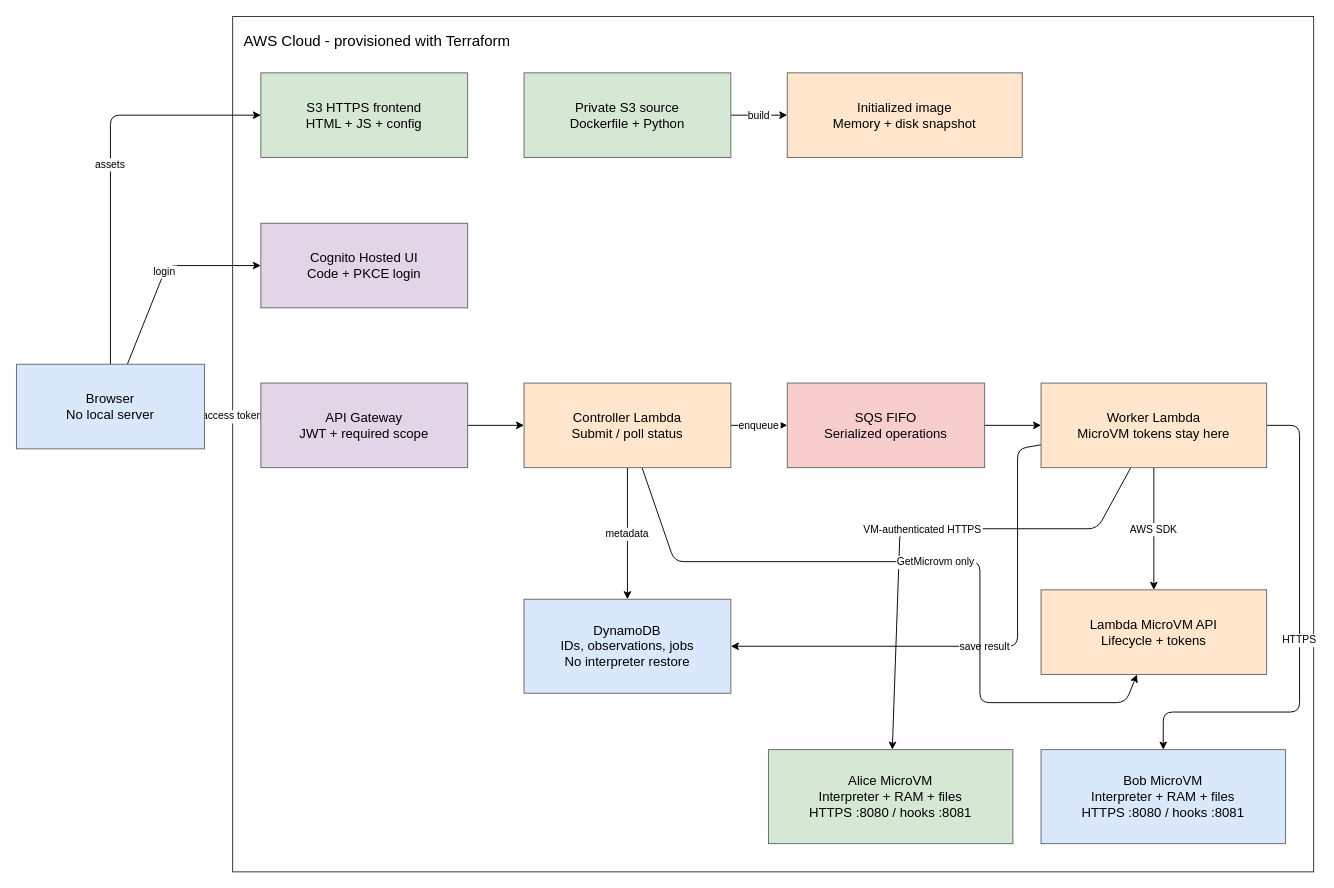
mamonaco1973/aws-lambda-microvms keeps this draw.io diagram as aws-lambda-microvms.drawio. Above is the earlier version. Source tidied: cells renumbered, new cells numbered last; positions are measured from the earlier drawing's top-left corner, leaving out a move shared by most shapes. Both pictures are drawn from the tidied source at 94%, with x=0, y=0 at pixel (16, 16).
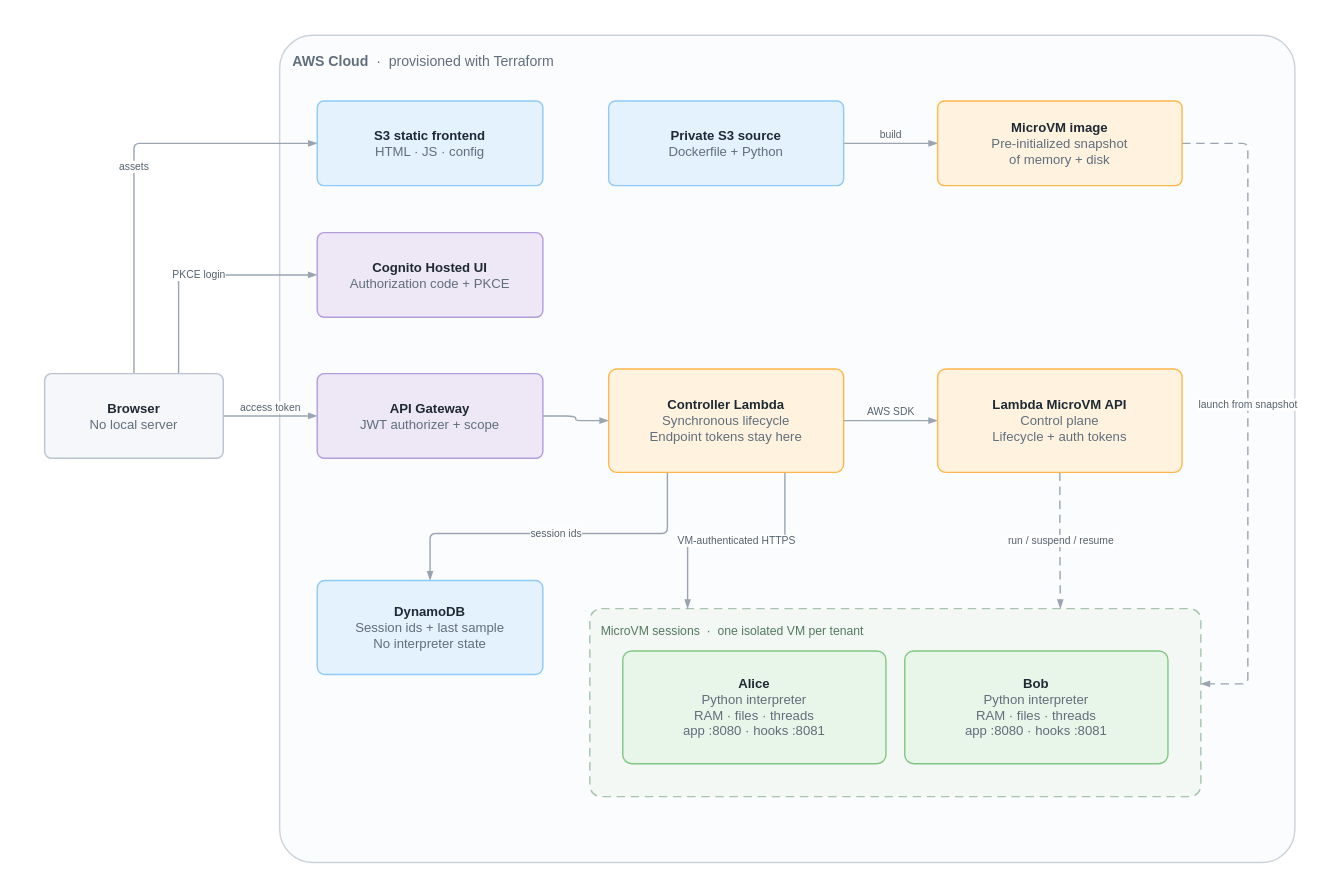
Above is the later version.

Diff of the diagram source:
```diff
@@
-<mxGraphModel background="#ffffff">
+<mxGraphModel background="#FFFFFF">
@@
-    <mxCell id="2" value="AWS Cloud - provisioned with Terraform" style="fillColor=none;strokeColor=#232F3E;verticalAlign=top;align=left;spacing=12;fontSize=16;" parent="1" vertex="1">
-      <mxGeometry x="230" width="1150" height="910" as="geometry" />
+    <mxCell id="2" value="&lt;b&gt;AWS Cloud&lt;/b&gt;  ·  provisioned with Terraform" style="rounded=1;arcSize=4;fillColor=#FBFCFD;strokeColor=#CBD2D9;strokeWidth=1.5;verticalAlign=top;align=left;spacing=14;fontSize=15;fontColor=#616E7C;fontFamily=Helvetica;html=1;" parent="1" vertex="1">
+      <mxGeometry x="280" y="20" width="1080" height="880" as="geometry" />
     </mxCell>
+    <mxCell id="29" value="MicroVM sessions  ·  one isolated VM per tenant" style="rounded=1;arcSize=6;fillColor=#F4F8F5;strokeColor=#A7C4AE;strokeWidth=1.5;dashed=1;dashPattern=6 4;verticalAlign=top;align=left;spacing=12;fontSize=13;fontColor=#52795D;fontFamily=Helvetica;html=1;" parent="1" vertex="1">
+      <mxGeometry x="610" y="630" width="650" height="200" as="geometry" />
+    </mxCell>
-    <mxCell id="3" value="assets" style="endArrow=classic;html=0;fontSize=11;labelBackgroundColor=#ffffff;" parent="1" edge="1" source="16" target="17">
+    <mxCell id="3" value="assets" style="edgeStyle=orthogonalEdgeStyle;rounded=1;arcSize=12;html=1;fontSize=11;fontColor=#52606D;fontFamily=Helvetica;strokeColor=#9AA5B1;strokeWidth=1.5;endArrow=blockThin;endFill=1;labelBackgroundColor=#FFFFFF;exitX=0.5;exitY=0;exitDx=0;exitDy=0;entryX=0;entryY=0.5;entryDx=0;entryDy=0;" parent="1" edge="1" source="16" target="17">
       <mxGeometry relative="1" as="geometry">
         <Array as="points">
-          <mxPoint x="100" y="105" />
+          <mxPoint x="125" y="135" />
         </Array>
       </mxGeometry>
     </mxCell>
-    <mxCell id="4" value="login" style="endArrow=classic;html=0;fontSize=11;labelBackgroundColor=#ffffff;" parent="1" edge="1" source="16" target="18">
+    <mxCell id="4" value="PKCE login" style="edgeStyle=orthogonalEdgeStyle;rounded=1;arcSize=12;html=1;fontSize=11;fontColor=#52606D;fontFamily=Helvetica;strokeColor=#9AA5B1;strokeWidth=1.5;endArrow=blockThin;endFill=1;labelBackgroundColor=#FFFFFF;exitX=0.75;exitY=0;exitDx=0;exitDy=0;entryX=0;entryY=0.5;entryDx=0;entryDy=0;" parent="1" edge="1" source="16" target="18">
       <mxGeometry relative="1" as="geometry">
         <Array as="points">
-          <mxPoint x="160" y="265" />
+          <mxPoint x="173" y="275" />
         </Array>
       </mxGeometry>
     </mxCell>
-    <mxCell id="5" value="access token" style="endArrow=classic;html=0;fontSize=11;labelBackgroundColor=#ffffff;" parent="1" edge="1" source="16" target="19">
+    <mxCell id="5" value="access token" style="edgeStyle=orthogonalEdgeStyle;rounded=1;html=1;fontSize=11;fontColor=#52606D;fontFamily=Helvetica;strokeColor=#9AA5B1;strokeWidth=1.5;endArrow=blockThin;endFill=1;labelBackgroundColor=#FFFFFF;verticalAlign=bottom;" parent="1" edge="1" source="16" target="19">
       <mxGeometry relative="1" as="geometry" />
     </mxCell>
-    <mxCell id="6" style="endArrow=classic;html=0;fontSize=11;labelBackgroundColor=#ffffff;" parent="1" edge="1" source="19" target="20">
+    <mxCell id="6" style="edgeStyle=orthogonalEdgeStyle;rounded=1;html=1;fontSize=11;strokeColor=#9AA5B1;strokeWidth=1.5;endArrow=blockThin;endFill=1;" parent="1" edge="1" source="19" target="20">
       <mxGeometry relative="1" as="geometry" />
     </mxCell>
-    <mxCell id="7" value="enqueue" style="endArrow=classic;html=0;fontSize=11;labelBackgroundColor=#ffffff;" parent="1" edge="1" source="20" target="22">
-      <mxGeometry relative="1" as="geometry" />
+    <mxCell id="7" value="session ids" style="edgeStyle=orthogonalEdgeStyle;rounded=1;arcSize=12;html=1;fontSize=11;fontColor=#52606D;fontFamily=Helvetica;strokeColor=#9AA5B1;strokeWidth=1.5;endArrow=blockThin;endFill=1;labelBackgroundColor=#FFFFFF;exitX=0.25;exitY=1;exitDx=0;exitDy=0;entryX=0.5;entryY=0;entryDx=0;entryDy=0;" parent="1" edge="1" source="20" target="21">
+      <mxGeometry relative="1" as="geometry">
+        <Array as="points">
+          <mxPoint x="693" y="550" />
+          <mxPoint x="440" y="550" />
+        </Array>
+      </mxGeometry>
     </mxCell>
-    <mxCell id="8" style="endArrow=classic;html=0;fontSize=11;labelBackgroundColor=#ffffff;" parent="1" edge="1" source="22" target="23">
+    <mxCell id="8" value="AWS SDK" style="edgeStyle=orthogonalEdgeStyle;rounded=1;html=1;fontSize=11;fontColor=#52606D;fontFamily=Helvetica;strokeColor=#9AA5B1;strokeWidth=1.5;endArrow=blockThin;endFill=1;labelBackgroundColor=#FFFFFF;verticalAlign=bottom;" parent="1" edge="1" source="20" target="24">
       <mxGeometry relative="1" as="geometry" />
     </mxCell>
-    <mxCell id="9" value="metadata" style="endArrow=classic;html=0;fontSize=11;labelBackgroundColor=#ffffff;" parent="1" edge="1" source="20" target="21">
+    <mxCell id="9" value="VM-authenticated HTTPS" style="edgeStyle=orthogonalEdgeStyle;rounded=1;arcSize=12;html=1;fontSize=11;fontColor=#52606D;fontFamily=Helvetica;strokeColor=#9AA5B1;strokeWidth=1.5;endArrow=blockThin;endFill=1;labelBackgroundColor=#FFFFFF;exitX=0.75;exitY=1;exitDx=0;exitDy=0;entryX=0.16;entryY=0;entryDx=0;entryDy=0;" parent="1" edge="1" source="20" target="29">
       <mxGeometry relative="1" as="geometry" />
     </mxCell>
-    <mxCell id="10" value="save result" style="endArrow=classic;html=0;fontSize=11;labelBackgroundColor=#ffffff;" parent="1" edge="1" source="23" target="21">
-      <mxGeometry relative="1" as="geometry">
-        <Array as="points">
-          <mxPoint x="1065" y="460" />
-          <mxPoint x="1065" y="670" />
-        </Array>
-      </mxGeometry>
+    <mxCell id="10" value="run / suspend / resume" style="edgeStyle=orthogonalEdgeStyle;rounded=1;arcSize=12;html=1;fontSize=11;fontColor=#52606D;fontFamily=Helvetica;strokeColor=#9AA5B1;strokeWidth=1.5;endArrow=blockThin;endFill=1;dashed=1;dashPattern=6 4;labelBackgroundColor=#FFFFFF;exitX=0.5;exitY=1;exitDx=0;exitDy=0;entryX=0.77;entryY=0;entryDx=0;entryDy=0;" parent="1" edge="1" source="24" target="29">
+      <mxGeometry relative="1" as="geometry" />
     </mxCell>
-    <mxCell id="11" value="AWS SDK" style="endArrow=classic;html=0;fontSize=11;labelBackgroundColor=#ffffff;" parent="1" edge="1" source="23" target="24">
+    <mxCell id="11" value="build" style="edgeStyle=orthogonalEdgeStyle;rounded=1;html=1;fontSize=11;fontColor=#52606D;fontFamily=Helvetica;strokeColor=#9AA5B1;strokeWidth=1.5;endArrow=blockThin;endFill=1;labelBackgroundColor=#FFFFFF;verticalAlign=bottom;" parent="1" edge="1" source="25" target="26">
       <mxGeometry relative="1" as="geometry" />
     </mxCell>
-    <mxCell id="12" value="VM-authenticated HTTPS" style="endArrow=classic;html=0;fontSize=11;labelBackgroundColor=#ffffff;" parent="1" edge="1" source="23" target="27">
+    <mxCell id="12" value="launch from snapshot" style="edgeStyle=orthogonalEdgeStyle;rounded=1;arcSize=12;html=1;fontSize=11;fontColor=#52606D;fontFamily=Helvetica;strokeColor=#9AA5B1;strokeWidth=1.5;endArrow=blockThin;endFill=1;dashed=1;dashPattern=6 4;labelBackgroundColor=#FFFFFF;exitX=1;exitY=0.5;exitDx=0;exitDy=0;entryX=1;entryY=0.4;entryDx=0;entryDy=0;" parent="1" edge="1" source="26" target="29">
       <mxGeometry relative="1" as="geometry">
         <Array as="points">
-          <mxPoint x="1150" y="545" />
-          <mxPoint x="940" y="545" />
+          <mxPoint x="1310" y="135" />
+          <mxPoint x="1310" y="710" />
         </Array>
       </mxGeometry>
     </mxCell>
-    <mxCell id="13" value="HTTPS" style="endArrow=classic;html=0;fontSize=11;labelBackgroundColor=#ffffff;" parent="1" edge="1" source="23" target="28">
-      <mxGeometry relative="1" as="geometry">
-        <Array as="points">
-          <mxPoint x="1365" y="435" />
-          <mxPoint x="1365" y="740" />
-          <mxPoint x="1220" y="740" />
-        </Array>
-      </mxGeometry>
-    </mxCell>
-    <mxCell id="14" value="build" style="endArrow=classic;html=0;fontSize=11;labelBackgroundColor=#ffffff;" parent="1" edge="1" source="25" target="26">
-      <mxGeometry relative="1" as="geometry" />
-    </mxCell>
-    <mxCell id="15" value="GetMicrovm only" style="endArrow=classic;html=0;fontSize=11;labelBackgroundColor=#ffffff;" parent="1" edge="1" source="20" target="24">
-      <mxGeometry relative="1" as="geometry">
-        <Array as="points">
-          <mxPoint x="700" y="580" />
-          <mxPoint x="1025" y="580" />
-          <mxPoint x="1025" y="730" />
-          <mxPoint x="1180" y="730" />
-        </Array>
-      </mxGeometry>
-    </mxCell>
-    <mxCell id="16" value="Browser&#10;No local server" style="rounded=0;whiteSpace=wrap;html=0;fontSize=14;fillColor=#dae8fc;strokeColor=#666666;" parent="1" vertex="1">
-      <mxGeometry y="370" width="200" height="90" as="geometry" />
+    <mxCell id="16" value="&lt;b&gt;Browser&lt;/b&gt;&lt;br&gt;&lt;font color=&quot;#616E7C&quot;&gt;No local server&lt;/font&gt;" style="rounded=1;arcSize=8;whiteSpace=wrap;html=1;fontSize=14;fontColor=#1F2933;fontFamily=Helvetica;fillColor=#F5F7FA;strokeColor=#B9C4D0;strokeWidth=1.5;" parent="1" vertex="1">
+      <mxGeometry x="30" y="380" width="190" height="90" as="geometry" />
     </mxCell>
-    <mxCell id="17" value="S3 HTTPS frontend&#10;HTML + JS + config" style="rounded=0;whiteSpace=wrap;html=0;fontSize=14;fillColor=#d5e8d4;strokeColor=#666666;" parent="1" vertex="1">
-      <mxGeometry x="260" y="60" width="220" height="90" as="geometry" />
+    <mxCell id="17" value="&lt;b&gt;S3 static frontend&lt;/b&gt;&lt;br&gt;&lt;font color=&quot;#616E7C&quot;&gt;HTML · JS · config&lt;/font&gt;" style="rounded=1;arcSize=8;whiteSpace=wrap;html=1;fontSize=14;fontColor=#1F2933;fontFamily=Helvetica;fillColor=#E3F2FD;strokeColor=#90CAF9;strokeWidth=1.5;" parent="1" vertex="1">
+      <mxGeometry x="320" y="90" width="240" height="90" as="geometry" />
     </mxCell>
-    <mxCell id="18" value="Cognito Hosted UI&#10;Code + PKCE login" style="rounded=0;whiteSpace=wrap;html=0;fontSize=14;fillColor=#e1d5e7;strokeColor=#666666;" parent="1" vertex="1">
-      <mxGeometry x="260" y="220" width="220" height="90" as="geometry" />
+    <mxCell id="18" value="&lt;b&gt;Cognito Hosted UI&lt;/b&gt;&lt;br&gt;&lt;font color=&quot;#616E7C&quot;&gt;Authorization code + PKCE&lt;/font&gt;" style="rounded=1;arcSize=8;whiteSpace=wrap;html=1;fontSize=14;fontColor=#1F2933;fontFamily=Helvetica;fillColor=#EDE7F6;strokeColor=#B39DDB;strokeWidth=1.5;" parent="1" vertex="1">
+      <mxGeometry x="320" y="230" width="240" height="90" as="geometry" />
     </mxCell>
-    <mxCell id="19" value="API Gateway&#10;JWT + required scope" style="rounded=0;whiteSpace=wrap;html=0;fontSize=14;fillColor=#e1d5e7;strokeColor=#666666;" parent="1" vertex="1">
-      <mxGeometry x="260" y="390" width="220" height="90" as="geometry" />
+    <mxCell id="19" value="&lt;b&gt;API Gateway&lt;/b&gt;&lt;br&gt;&lt;font color=&quot;#616E7C&quot;&gt;JWT authorizer + scope&lt;/font&gt;" style="rounded=1;arcSize=8;whiteSpace=wrap;html=1;fontSize=14;fontColor=#1F2933;fontFamily=Helvetica;fillColor=#EDE7F6;strokeColor=#B39DDB;strokeWidth=1.5;" parent="1" vertex="1">
+      <mxGeometry x="320" y="380" width="240" height="90" as="geometry" />
     </mxCell>
-    <mxCell id="20" value="Controller Lambda&#10;Submit / poll status" style="rounded=0;whiteSpace=wrap;html=0;fontSize=14;fillColor=#ffe6cc;strokeColor=#666666;" parent="1" vertex="1">
-      <mxGeometry x="540" y="390" width="220" height="90" as="geometry" />
-    </mxCell>
-    <mxCell id="21" value="DynamoDB&#10;IDs, observations, jobs&#10;No interpreter restore" style="rounded=0;whiteSpace=wrap;html=0;fontSize=14;fillColor=#dae8fc;strokeColor=#666666;" parent="1" vertex="1">
-      <mxGeometry x="540" y="620" width="220" height="100" as="geometry" />
+    <mxCell id="21" value="&lt;b&gt;DynamoDB&lt;/b&gt;&lt;br&gt;&lt;font color=&quot;#616E7C&quot;&gt;Session ids + last sample&lt;br&gt;No interpreter state&lt;/font&gt;" style="rounded=1;arcSize=8;whiteSpace=wrap;html=1;fontSize=14;fontColor=#1F2933;fontFamily=Helvetica;fillColor=#E3F2FD;strokeColor=#90CAF9;strokeWidth=1.5;" parent="1" vertex="1">
+      <mxGeometry x="320" y="600" width="240" height="100" as="geometry" />
     </mxCell>
-    <mxCell id="22" value="SQS FIFO&#10;Serialized operations" style="rounded=0;whiteSpace=wrap;html=0;fontSize=14;fillColor=#f8cecc;strokeColor=#666666;" parent="1" vertex="1">
-      <mxGeometry x="820" y="390" width="210" height="90" as="geometry" />
-    </mxCell>
-    <mxCell id="23" value="Worker Lambda&#10;MicroVM tokens stay here" style="rounded=0;whiteSpace=wrap;html=0;fontSize=14;fillColor=#ffe6cc;strokeColor=#666666;" parent="1" vertex="1">
-      <mxGeometry x="1090" y="390" width="240" height="90" as="geometry" />
-    </mxCell>
-    <mxCell id="24" value="Lambda MicroVM API&#10;Lifecycle + tokens" style="rounded=0;whiteSpace=wrap;html=0;fontSize=14;fillColor=#ffe6cc;strokeColor=#666666;" parent="1" vertex="1">
-      <mxGeometry x="1090" y="610" width="240" height="90" as="geometry" />
-    </mxCell>
-    <mxCell id="25" value="Private S3 source&#10;Dockerfile + Python" style="rounded=0;whiteSpace=wrap;html=0;fontSize=14;fillColor=#d5e8d4;strokeColor=#666666;" parent="1" vertex="1">
-      <mxGeometry x="540" y="60" width="220" height="90" as="geometry" />
+    <mxCell id="25" value="&lt;b&gt;Private S3 source&lt;/b&gt;&lt;br&gt;&lt;font color=&quot;#616E7C&quot;&gt;Dockerfile + Python&lt;/font&gt;" style="rounded=1;arcSize=8;whiteSpace=wrap;html=1;fontSize=14;fontColor=#1F2933;fontFamily=Helvetica;fillColor=#E3F2FD;strokeColor=#90CAF9;strokeWidth=1.5;" parent="1" vertex="1">
+      <mxGeometry x="630" y="90" width="250" height="90" as="geometry" />
     </mxCell>
-    <mxCell id="26" value="Initialized image&#10;Memory + disk snapshot" style="rounded=0;whiteSpace=wrap;html=0;fontSize=14;fillColor=#ffe6cc;strokeColor=#666666;" parent="1" vertex="1">
-      <mxGeometry x="820" y="60" width="250" height="90" as="geometry" />
+    <mxCell id="26" value="&lt;b&gt;MicroVM image&lt;/b&gt;&lt;br&gt;&lt;font color=&quot;#616E7C&quot;&gt;Pre-initialized snapshot&lt;br&gt;of memory + disk&lt;/font&gt;" style="rounded=1;arcSize=8;whiteSpace=wrap;html=1;fontSize=14;fontColor=#1F2933;fontFamily=Helvetica;fillColor=#FFF3E0;strokeColor=#FFB74D;strokeWidth=1.5;" parent="1" vertex="1">
+      <mxGeometry x="980" y="90" width="260" height="90" as="geometry" />
     </mxCell>
+    <mxCell id="20" value="&lt;b&gt;Controller Lambda&lt;/b&gt;&lt;br&gt;&lt;font color=&quot;#616E7C&quot;&gt;Synchronous lifecycle&lt;br&gt;Endpoint tokens stay here&lt;/font&gt;" style="rounded=1;arcSize=8;whiteSpace=wrap;html=1;fontSize=14;fontColor=#1F2933;fontFamily=Helvetica;fillColor=#FFF3E0;strokeColor=#FFB74D;strokeWidth=1.5;" parent="1" vertex="1">
+      <mxGeometry x="630" y="375" width="250" height="110" as="geometry" />
+    </mxCell>
+    <mxCell id="24" value="&lt;b&gt;Lambda MicroVM API&lt;/b&gt;&lt;br&gt;&lt;font color=&quot;#616E7C&quot;&gt;Control plane&lt;br&gt;Lifecycle + auth tokens&lt;/font&gt;" style="rounded=1;arcSize=8;whiteSpace=wrap;html=1;fontSize=14;fontColor=#1F2933;fontFamily=Helvetica;fillColor=#FFF3E0;strokeColor=#FFB74D;strokeWidth=1.5;" parent="1" vertex="1">
+      <mxGeometry x="980" y="375" width="260" height="110" as="geometry" />
+    </mxCell>
-    <mxCell id="27" value="Alice MicroVM&#10;Interpreter + RAM + files&#10;HTTPS :8080 / hooks :8081" style="rounded=0;whiteSpace=wrap;html=0;fontSize=14;fillColor=#d5e8d4;strokeColor=#666666;" parent="1" vertex="1">
-      <mxGeometry x="800" y="780" width="260" height="100" as="geometry" />
+    <mxCell id="27" value="&lt;b&gt;Alice&lt;/b&gt;&lt;br&gt;&lt;font color=&quot;#616E7C&quot;&gt;Python interpreter&lt;br&gt;RAM · files · threads&lt;br&gt;app :8080 · hooks :8081&lt;/font&gt;" style="rounded=1;arcSize=8;whiteSpace=wrap;html=1;fontSize=14;fontColor=#1F2933;fontFamily=Helvetica;fillColor=#E8F5E9;strokeColor=#81C784;strokeWidth=1.5;" parent="1" vertex="1">
+      <mxGeometry x="645" y="675" width="280" height="120" as="geometry" />
     </mxCell>
-    <mxCell id="28" value="Bob MicroVM&#10;Interpreter + RAM + files&#10;HTTPS :8080 / hooks :8081" style="rounded=0;whiteSpace=wrap;html=0;fontSize=14;fillColor=#dae8fc;strokeColor=#666666;" parent="1" vertex="1">
-      <mxGeometry x="1090" y="780" width="260" height="100" as="geometry" />
+    <mxCell id="28" value="&lt;b&gt;Bob&lt;/b&gt;&lt;br&gt;&lt;font color=&quot;#616E7C&quot;&gt;Python interpreter&lt;br&gt;RAM · files · threads&lt;br&gt;app :8080 · hooks :8081&lt;/font&gt;" style="rounded=1;arcSize=8;whiteSpace=wrap;html=1;fontSize=14;fontColor=#1F2933;fontFamily=Helvetica;fillColor=#E8F5E9;strokeColor=#81C784;strokeWidth=1.5;" parent="1" vertex="1">
+      <mxGeometry x="945" y="675" width="280" height="120" as="geometry" />
     </mxCell>
```
